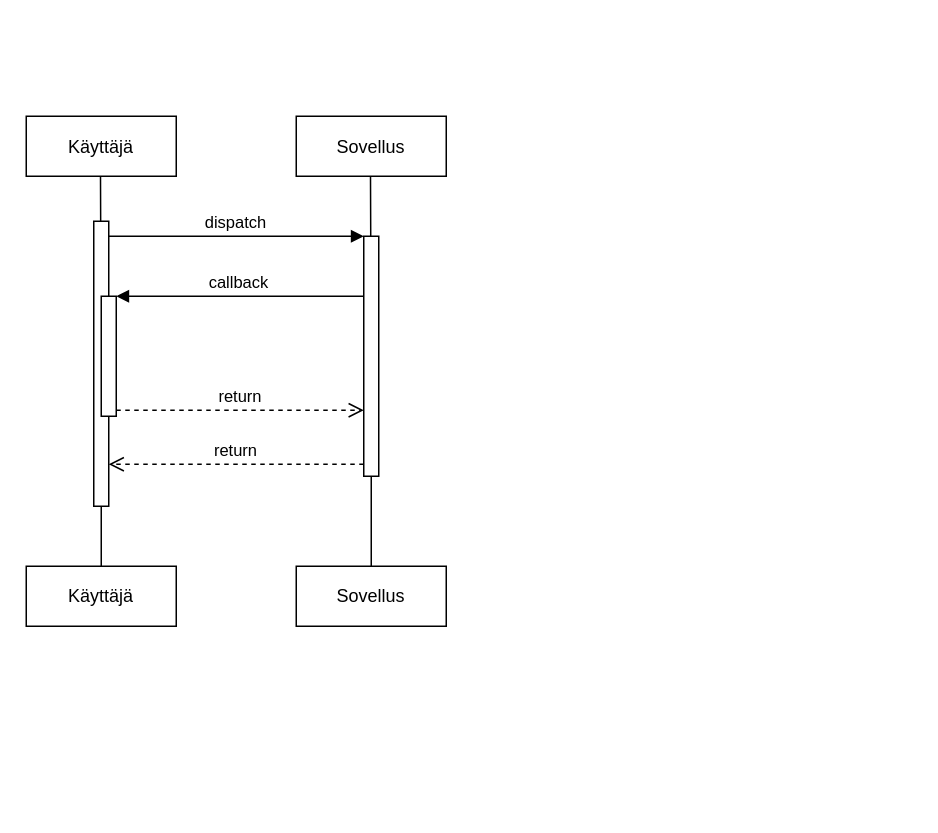
Above: UML/SW ENG course/Sequence diagrams/AR game option.drawio in DeveloperLauri/UML-charts-draw.io (draw.io), before the change. Source tidied: cells renumbered, new cells numbered last; positions are measured from the earlier drawing's top-left corner, leaving out a move shared by most shapes. Both pictures are drawn from the tidied source at 150%, with x=0, y=0 at pixel (26, 116).
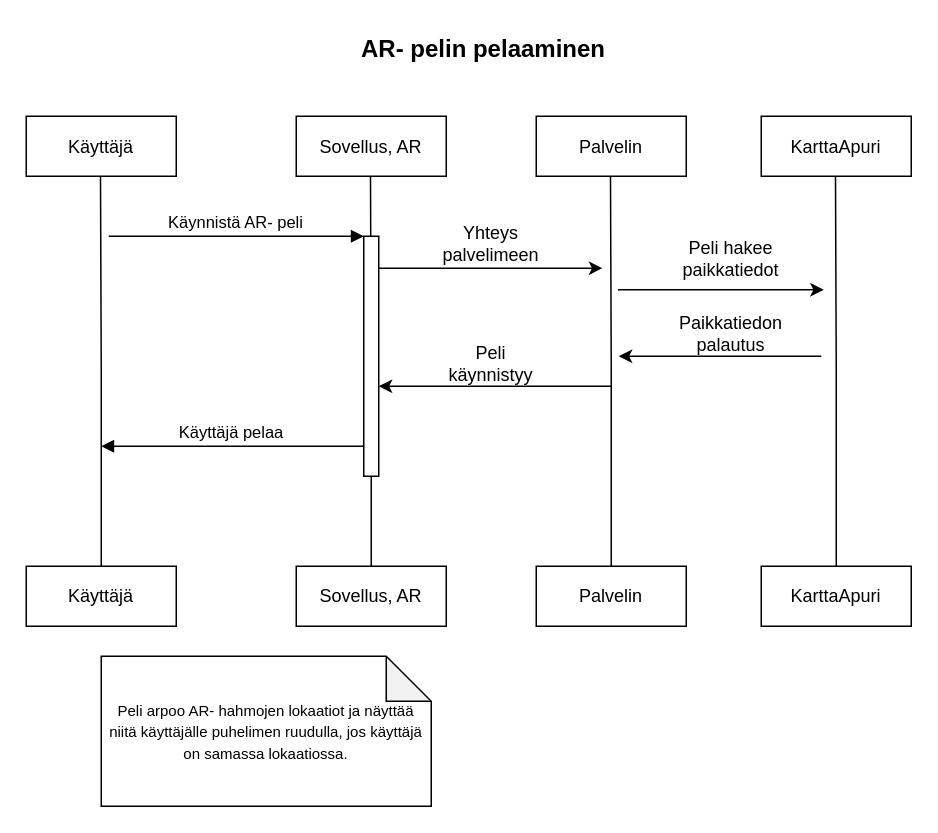
Above is the later version.

The change refers to these unchanged cells:
```xml
<mxCell id="3" value="Käyttäjä" style="shape=umlLifeline;perimeter=lifelinePerimeter;rounded=0;shadow=0;strokeWidth=1;" parent="1" vertex="1">
  <mxGeometry width="100" height="40" as="geometry" />
</mxCell>
<mxCell id="8" style="points=[];perimeter=orthogonalPerimeter;rounded=0;shadow=0;strokeWidth=1;" parent="7" vertex="1">
  <mxGeometry x="45" y="80" width="10" height="160" as="geometry" />
</mxCell>
```

The edit, as a diff of the source:
```diff
@@
-    <mxCell id="4" style="points=[];perimeter=orthogonalPerimeter;rounded=0;shadow=0;strokeWidth=1;" parent="3" vertex="1">
-      <mxGeometry x="45" y="70" width="10" height="190" as="geometry" />
-    </mxCell>
-    <mxCell id="5" style="points=[];perimeter=orthogonalPerimeter;rounded=0;shadow=0;strokeWidth=1;" parent="3" vertex="1">
-      <mxGeometry x="50" y="120" width="10" height="80" as="geometry" />
-    </mxCell>
@@
-    <mxCell id="7" value="Sovellus" style="shape=umlLifeline;perimeter=lifelinePerimeter;rounded=0;shadow=0;strokeWidth=1;" parent="1" vertex="1">
+    <mxCell id="7" value="Sovellus, AR" style="shape=umlLifeline;perimeter=lifelinePerimeter;rounded=0;shadow=0;strokeWidth=1;" parent="1" vertex="1">
       <mxGeometry x="180" width="100" height="40" as="geometry" />
     </mxCell>
@@
-    <mxCell id="9" value="return" style="verticalAlign=bottom;endArrow=open;dashed=1;endSize=8;exitX=0;exitY=0.95;shadow=0;strokeWidth=1;" parent="1" edge="1" source="8" target="4">
-      <mxGeometry relative="1" as="geometry" />
-    </mxCell>
-    <mxCell id="10" value="dispatch" style="verticalAlign=bottom;endArrow=block;entryX=0;entryY=0;shadow=0;strokeWidth=1;" parent="1" edge="1" source="4" target="8">
-      <mxGeometry relative="1" as="geometry" />
+    <mxCell id="10" value="Käynnistä AR- peli" style="verticalAlign=bottom;endArrow=block;entryX=0;entryY=0;shadow=0;strokeWidth=1;" parent="1" edge="1" target="8">
+      <mxGeometry relative="1" as="geometry">
+        <mxPoint x="55" y="80" as="sourcePoint" />
+      </mxGeometry>
     </mxCell>
-    <mxCell id="11" value="callback" style="verticalAlign=bottom;endArrow=block;entryX=1;entryY=0;shadow=0;strokeWidth=1;" parent="1" edge="1" source="8" target="5">
-      <mxGeometry relative="1" as="geometry" />
+    <mxCell id="11" value="Käyttäjä pelaa" style="verticalAlign=bottom;endArrow=block;shadow=0;strokeWidth=1;" parent="1" edge="1" source="8">
+      <mxGeometry relative="1" as="geometry">
+        <mxPoint x="50" y="220" as="targetPoint" />
+        <Array as="points">
+          <mxPoint x="200" y="220" />
+          <mxPoint x="180" y="220" />
+        </Array>
+      </mxGeometry>
     </mxCell>
-    <mxCell id="12" value="return" style="verticalAlign=bottom;endArrow=open;dashed=1;endSize=8;exitX=1;exitY=0.95;shadow=0;strokeWidth=1;" parent="1" edge="1" source="5" target="8">
-      <mxGeometry relative="1" as="geometry" />
-    </mxCell>
@@
-    <mxCell id="14" value="&lt;span style=&quot;&quot;&gt;Sovellus&lt;/span&gt;" style="rounded=0;whiteSpace=wrap;html=1;" parent="1" vertex="1">
+    <mxCell id="14" value="&lt;span style=&quot;&quot;&gt;Sovellus, AR&lt;/span&gt;" style="rounded=0;whiteSpace=wrap;html=1;" parent="1" vertex="1">
       <mxGeometry x="180" y="300" width="100" height="40" as="geometry" />
     </mxCell>
+    <mxCell id="15" style="edgeStyle=orthogonalEdgeStyle;rounded=0;jettySize=auto;html=1;endArrow=none;endFill=0;" parent="1" edge="1" source="16">
+      <mxGeometry relative="1" as="geometry">
+        <mxPoint x="540" y="300" as="targetPoint" />
+      </mxGeometry>
+    </mxCell>
+    <mxCell id="16" value="KarttaApuri" style="shape=umlLifeline;perimeter=lifelinePerimeter;rounded=0;shadow=0;strokeWidth=1;" parent="1" vertex="1">
+      <mxGeometry x="490" width="100" height="40" as="geometry" />
+    </mxCell>
+    <mxCell id="17" value="&lt;span style=&quot;&quot;&gt;KarttaApuri&lt;/span&gt;" style="rounded=0;whiteSpace=wrap;html=1;" parent="1" vertex="1">
+      <mxGeometry x="490" y="300" width="100" height="40" as="geometry" />
+    </mxCell>
+    <mxCell id="18" style="edgeStyle=orthogonalEdgeStyle;rounded=0;jettySize=auto;html=1;endArrow=none;endFill=0;" parent="1" edge="1" source="19">
+      <mxGeometry relative="1" as="geometry">
+        <mxPoint x="390" y="300" as="targetPoint" />
+      </mxGeometry>
+    </mxCell>
+    <mxCell id="19" value="Palvelin" style="shape=umlLifeline;perimeter=lifelinePerimeter;rounded=0;shadow=0;strokeWidth=1;" parent="1" vertex="1">
+      <mxGeometry x="340" width="100" height="40" as="geometry" />
+    </mxCell>
+    <mxCell id="20" value="&lt;span style=&quot;&quot;&gt;Palvelin&lt;/span&gt;" style="rounded=0;whiteSpace=wrap;html=1;" parent="1" vertex="1">
+      <mxGeometry x="340" y="300" width="100" height="40" as="geometry" />
+    </mxCell>
+    <mxCell id="21" style="endArrow=classic;html=1;rounded=0;entryX=-0.09;entryY=0.133;entryDx=0;entryDy=0;entryPerimeter=0;" parent="1" edge="1" source="8">
+      <mxGeometry relative="1" as="geometry">
+        <mxPoint x="384.1" y="101.3" as="targetPoint" />
+      </mxGeometry>
+    </mxCell>
+    <mxCell id="22" value="Yhteys palvelimeen" style="text;html=1;strokeColor=none;fillColor=none;align=center;verticalAlign=middle;whiteSpace=wrap;rounded=0;" parent="1" vertex="1">
+      <mxGeometry x="280" y="70" width="60" height="30" as="geometry" />
+    </mxCell>
+    <mxCell id="23" style="endArrow=classic;html=1;rounded=0;entryX=-0.331;entryY=0.223;entryDx=0;entryDy=0;entryPerimeter=0;exitX=0.945;exitY=0.223;exitDx=0;exitDy=0;exitPerimeter=0;" parent="1" edge="1">
+      <mxGeometry relative="1" as="geometry">
+        <mxPoint x="394.5" y="115.7" as="sourcePoint" />
+        <mxPoint x="531.7" y="115.7" as="targetPoint" />
+      </mxGeometry>
+    </mxCell>
+    <mxCell id="24" value="Peli hakee paikkatiedot" style="text;html=1;strokeColor=none;fillColor=none;align=center;verticalAlign=middle;whiteSpace=wrap;rounded=0;" parent="1" vertex="1">
+      <mxGeometry x="440" y="80" width="60" height="30" as="geometry" />
+    </mxCell>
+    <mxCell id="25" style="endArrow=classic;html=1;rounded=0;" parent="1" edge="1">
+      <mxGeometry relative="1" as="geometry">
+        <mxPoint x="530" y="160" as="sourcePoint" />
+        <mxPoint x="395" y="160" as="targetPoint" />
+        <Array as="points">
+          <mxPoint x="460" y="160" />
+        </Array>
+      </mxGeometry>
+    </mxCell>
+    <mxCell id="26" value="Paikkatiedon palautus" style="text;html=1;strokeColor=none;fillColor=none;align=center;verticalAlign=middle;whiteSpace=wrap;rounded=0;" parent="1" vertex="1">
+      <mxGeometry x="440" y="130" width="60" height="30" as="geometry" />
+    </mxCell>
+    <mxCell id="27" style="endArrow=classic;html=1;rounded=0;exitX=0.5;exitY=0.625;exitDx=0;exitDy=0;exitPerimeter=0;" parent="1" edge="1" target="8">
+      <mxGeometry relative="1" as="geometry">
+        <mxPoint x="390" y="180" as="sourcePoint" />
+      </mxGeometry>
+    </mxCell>
+    <mxCell id="28" value="Peli käynnistyy" style="text;html=1;strokeColor=none;fillColor=none;align=center;verticalAlign=middle;whiteSpace=wrap;rounded=0;" parent="1" vertex="1">
+      <mxGeometry x="280" y="150" width="60" height="30" as="geometry" />
+    </mxCell>
+    <mxCell id="29" value="&lt;font style=&quot;font-size: 10px;&quot;&gt;Peli arpoo AR- hahmojen lokaatiot ja näyttää niitä käyttäjälle puhelimen ruudulla, jos käyttäjä on samassa lokaatiossa.&lt;/font&gt;" style="shape=note;whiteSpace=wrap;html=1;backgroundOutline=1;darkOpacity=0.05;" parent="1" vertex="1">
+      <mxGeometry x="50" y="360" width="220" height="100" as="geometry" />
+    </mxCell>
+    <mxCell id="30" value="&lt;b&gt;&lt;font style=&quot;font-size: 16px;&quot;&gt;AR- pelin pelaaminen&lt;/font&gt;&lt;/b&gt;" style="text;html=1;strokeColor=none;fillColor=none;align=center;verticalAlign=middle;whiteSpace=wrap;rounded=0;fontSize=8;" parent="1" vertex="1">
+      <mxGeometry x="210" y="-60" width="190" height="30" as="geometry" />
+    </mxCell>
```
